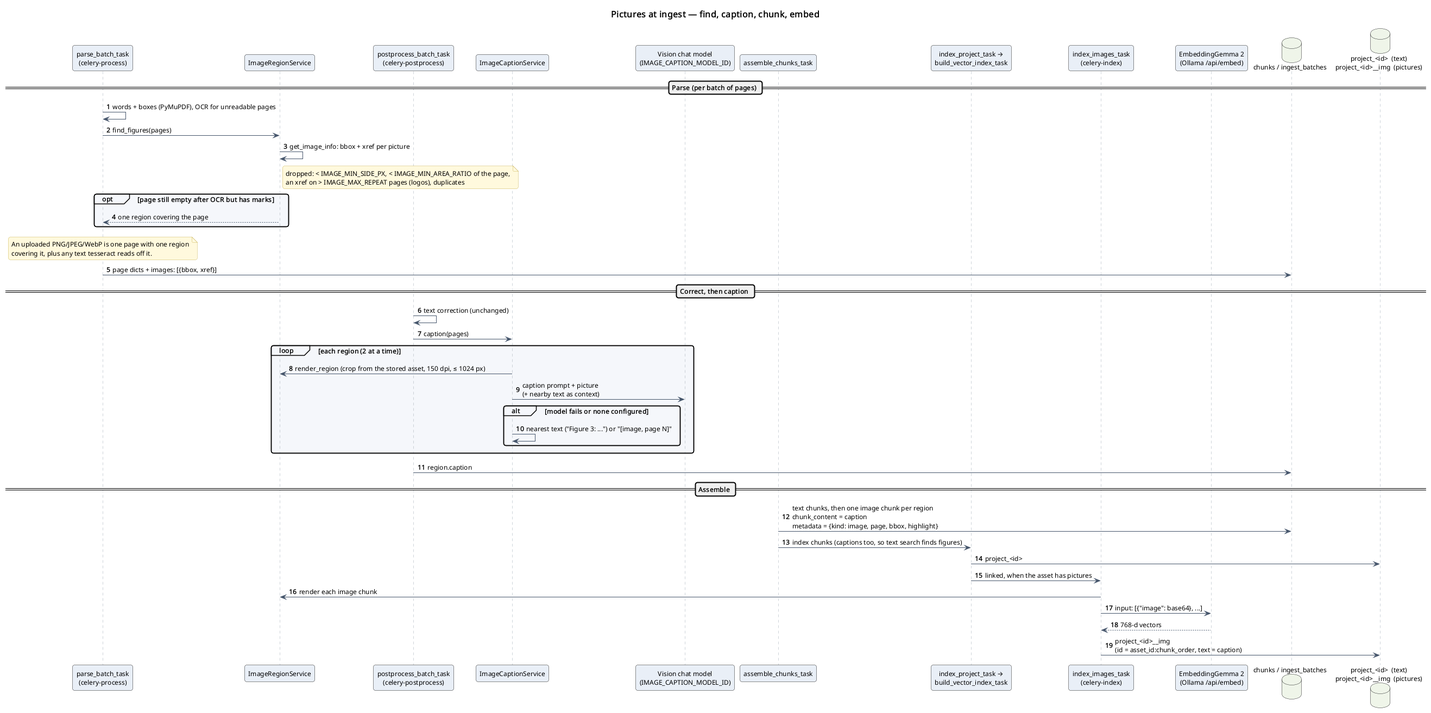
The PlantUML diagram software_engineering/3_sequence_diagrams/image_ingest.png in omarTBakr/notebookllm-minus, before a commit. Source of this version:
```plantuml
@startuml
!include ../_style.iuml
title Pictures at ingest — find, caption, chunk, embed
autonumber "<b>0"

participant "parse_batch_task\n(celery-process)" as parse
participant "ImageRegionService" as regions
participant "postprocess_batch_task\n(celery-postprocess)" as post
participant "ImageCaptionService" as captions
participant "Vision chat model\n(IMAGE_CAPTION_MODEL_ID)" as vision
participant "assemble_chunks_task" as assemble
participant "index_project_task →\nbuild_vector_index_task" as textindex
participant "index_images_task\n(celery-index)" as imgindex
participant "EmbeddingGemma 2\n(Ollama /api/embed)" as embed
database "chunks / ingest_batches" as db
database "project_<id>  (text)\nproject_<id>__img  (pictures)" as vec

== Parse (per batch of pages) ==
parse -> parse : words + boxes (PyMuPDF), OCR for unreadable pages
parse -> regions : find_figures(pages)
regions -> regions : get_image_info: bbox + xref per picture
note right of regions
  dropped: < IMAGE_MIN_SIDE_PX, < IMAGE_MIN_AREA_RATIO of the page,
  an xref on > IMAGE_MAX_REPEAT pages (logos), duplicates
end note
opt page still empty after OCR but has marks
  regions --> parse : one region covering the page
end
note over parse
  An uploaded PNG/JPEG/WebP is one page with one region
  covering it, plus any text tesseract reads off it.
end note
parse -> db : page dicts + images: [{bbox, xref}]

== Correct, then caption ==
post -> post : text correction (unchanged)
post -> captions : caption(pages)
loop each region (2 at a time)
  captions -> regions : render_region (crop from the stored asset, 150 dpi, ≤ 1024 px)
  captions -> vision : caption prompt + picture\n(+ nearby text as context)
  alt model fails or none configured
    captions -> captions : nearest text ("Figure 3: ...") or "[image, page N]"
  end
end
post -> db : region.caption

== Assemble ==
assemble -> db : text chunks, then one image chunk per region\nchunk_content = caption\nmetadata = {kind: image, page, bbox, highlight}
assemble -> textindex : index chunks (captions too, so text search finds figures)
textindex -> vec : project_<id>
textindex -> imgindex : linked, when the asset has pictures
imgindex -> regions : render each image chunk
imgindex -> embed : input: [{"image": base64}, ...]
embed --> imgindex : 768-d vectors
imgindex -> vec : project_<id>__img\n(id = asset_id:chunk_order, text = caption)
@enduml
```
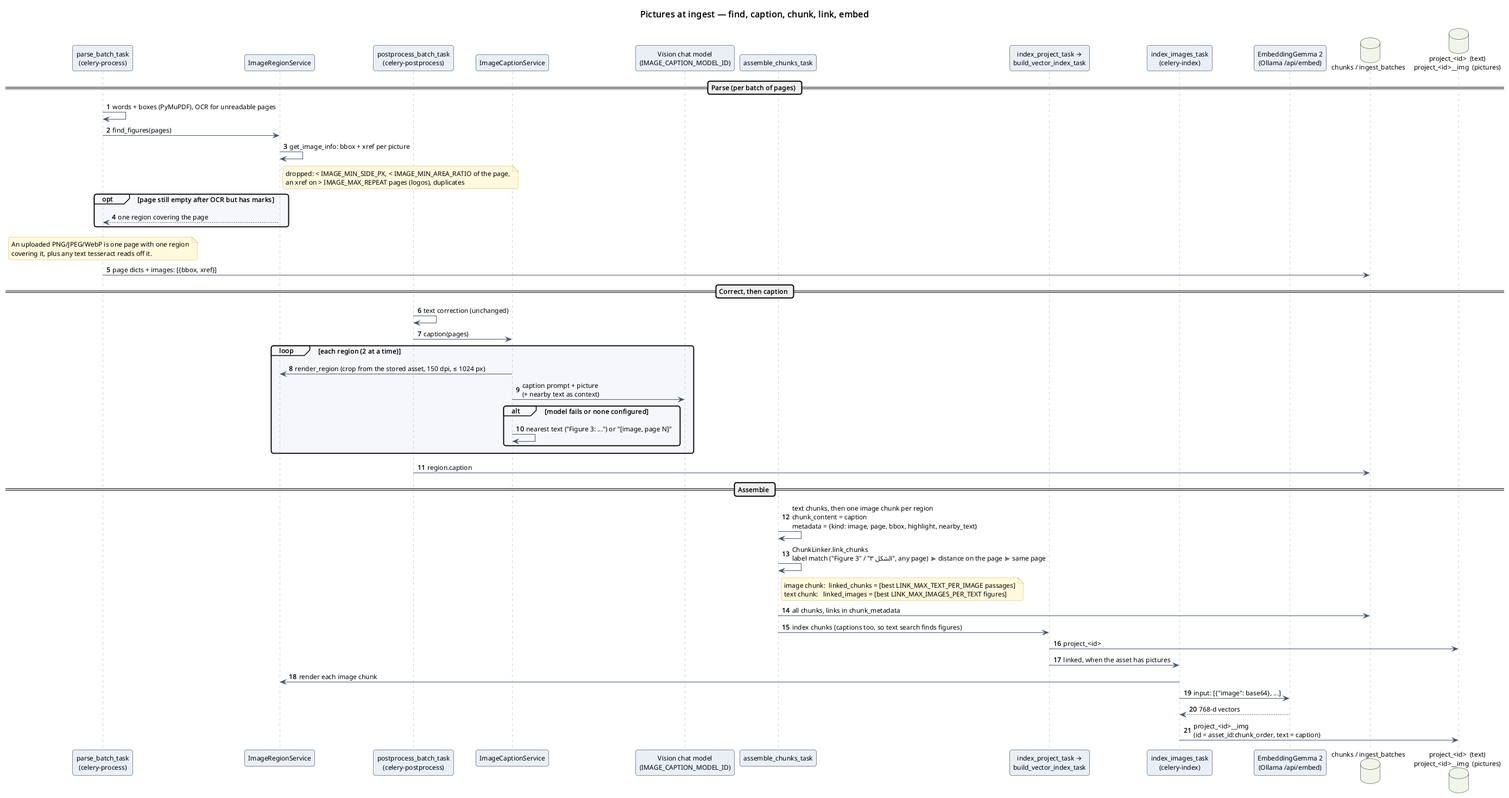
The same file after the commit.

The edit, as a diff of the source:
```diff
@@ -1,6 +1,6 @@
 @startuml
 !include ../_style.iuml
-title Pictures at ingest — find, caption, chunk, embed
+title Pictures at ingest — find, caption, chunk, link, embed
 autonumber "<b>0"
 
 participant "parse_batch_task\n(celery-process)" as parse
@@ -45,7 +45,13 @@
 post -> db : region.caption
 
 == Assemble ==
-assemble -> db : text chunks, then one image chunk per region\nchunk_content = caption\nmetadata = {kind: image, page, bbox, highlight}
+assemble -> assemble : text chunks, then one image chunk per region\nchunk_content = caption\nmetadata = {kind: image, page, bbox, highlight, nearby_text}
+assemble -> assemble : ChunkLinker.link_chunks\nlabel match ("Figure 3" / "الشكل ٣", any page) ≫ distance on the page ≫ same page
+note right of assemble
+  image chunk:  linked_chunks = [best LINK_MAX_TEXT_PER_IMAGE passages]
+  text chunk:   linked_images = [best LINK_MAX_IMAGES_PER_TEXT figures]
+end note
+assemble -> db : all chunks, links in chunk_metadata
 assemble -> textindex : index chunks (captions too, so text search finds figures)
 textindex -> vec : project_<id>
 textindex -> imgindex : linked, when the asset has pictures
```
